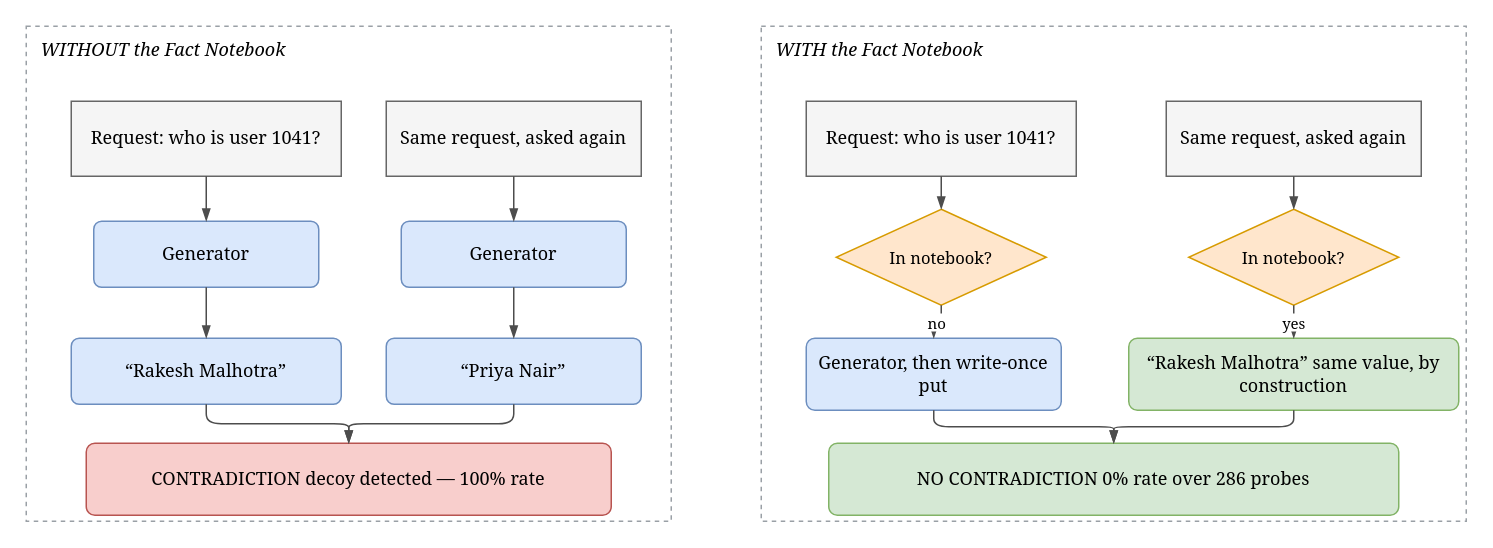
The draw.io diagram page "Fig 10 - Decoy consistency" (2 of 11) of writing/diagrams/drawio/ALL-diagrams.drawio in parthkansal823/FinalYearProject-Deception, before the edit. Source tidied: cells renumbered, new cells numbered last; positions are measured from the earlier drawing's top-left corner, leaving out a move shared by most shapes. Both pictures are drawn from the tidied source at 150%, with x=0, y=0 at pixel (26, 26).
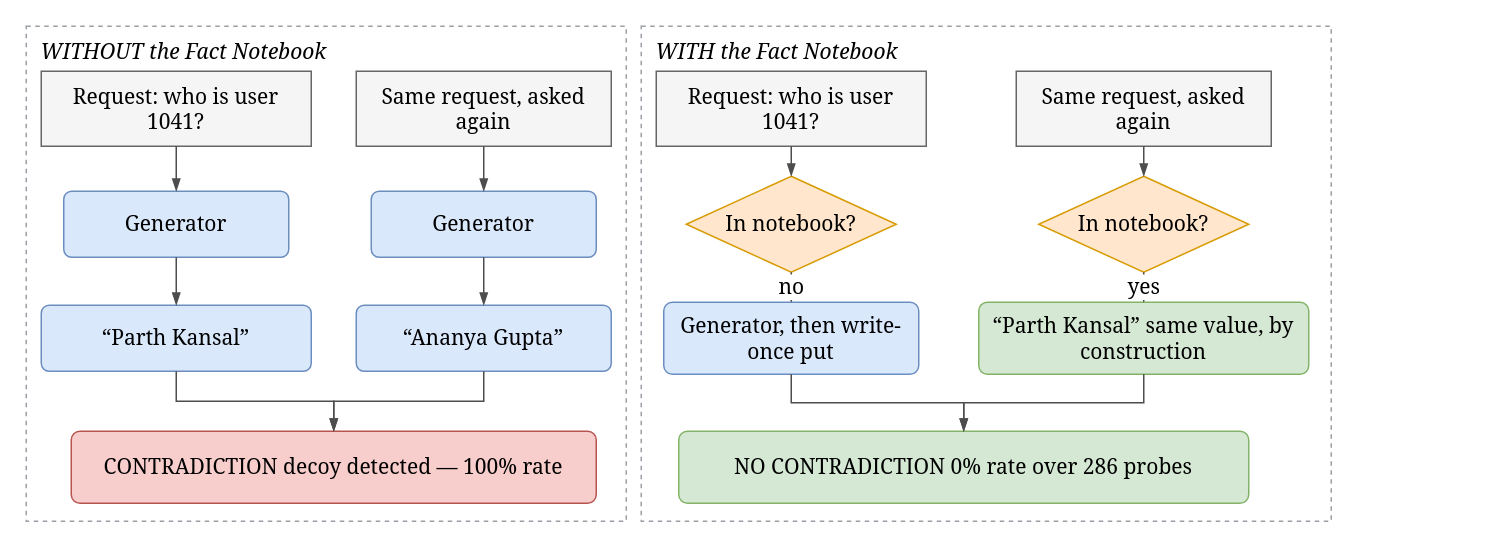
The same page after the edit.

Diff of the diagram source:
```diff
@@
-    <mxCell id="2" value="WITHOUT the Fact Notebook" style="rounded=0;whiteSpace=wrap;html=1;fontFamily=Georgia;fontSize=12;fillColor=none;strokeColor=#9aa0a6;dashed=1;verticalAlign=top;align=left;spacingLeft=8;spacingTop=2;fontStyle=2;" parent="1" vertex="1">
-      <mxGeometry width="430" height="330" as="geometry" />
+    <mxCell id="2" value="WITHOUT the Fact Notebook" style="rounded=0;whiteSpace=wrap;html=1;fontFamily=Georgia;fontSize=14;fillColor=none;strokeColor=#9aa0a6;dashed=1;verticalAlign=top;align=left;spacingLeft=8;spacingTop=2;fontStyle=2;" parent="1" vertex="1">
+      <mxGeometry width="400" height="330" as="geometry" />
     </mxCell>
-    <mxCell id="3" value="WITH the Fact Notebook" style="rounded=0;whiteSpace=wrap;html=1;fontFamily=Georgia;fontSize=12;fillColor=none;strokeColor=#9aa0a6;dashed=1;verticalAlign=top;align=left;spacingLeft=8;spacingTop=2;fontStyle=2;" parent="1" vertex="1">
-      <mxGeometry x="490" width="470" height="330" as="geometry" />
+    <mxCell id="3" value="WITH the Fact Notebook" style="rounded=0;whiteSpace=wrap;html=1;fontFamily=Georgia;fontSize=14;fillColor=none;strokeColor=#9aa0a6;dashed=1;verticalAlign=top;align=left;spacingLeft=8;spacingTop=2;fontStyle=2;" parent="1" vertex="1">
+      <mxGeometry x="410" width="460" height="330" as="geometry" />
     </mxCell>
-    <mxCell id="4" value="Request: who is user 1041?" style="rounded=0;whiteSpace=wrap;html=1;fontFamily=Georgia;fontSize=12;fillColor=#f5f5f5;strokeColor=#666666;" parent="1" vertex="1">
-      <mxGeometry x="30" y="50" width="180" height="50" as="geometry" />
+    <mxCell id="4" value="Request: who is user 1041?" style="rounded=0;whiteSpace=wrap;html=1;fontFamily=Georgia;fontSize=14;fillColor=#f5f5f5;strokeColor=#666666;" parent="1" vertex="1">
+      <mxGeometry x="10" y="30" width="180" height="50" as="geometry" />
     </mxCell>
-    <mxCell id="5" value="Generator" style="rounded=1;whiteSpace=wrap;html=1;fontFamily=Georgia;fontSize=12;arcSize=12;fillColor=#dae8fc;strokeColor=#6c8ebf;" parent="1" vertex="1">
-      <mxGeometry x="45" y="130" width="150" height="44" as="geometry" />
+    <mxCell id="5" value="Generator" style="rounded=1;whiteSpace=wrap;html=1;fontFamily=Georgia;fontSize=14;arcSize=12;fillColor=#dae8fc;strokeColor=#6c8ebf;" parent="1" vertex="1">
+      <mxGeometry x="25" y="110" width="150" height="44" as="geometry" />
     </mxCell>
-    <mxCell id="6" value="“Rakesh Malhotra”" style="rounded=1;whiteSpace=wrap;html=1;fontFamily=Georgia;fontSize=12;arcSize=12;fillColor=#dae8fc;strokeColor=#6c8ebf;" parent="1" vertex="1">
-      <mxGeometry x="30" y="208" width="180" height="44" as="geometry" />
+    <mxCell id="6" value="“Parth Kansal”" style="rounded=1;whiteSpace=wrap;html=1;fontFamily=Georgia;fontSize=14;arcSize=12;fillColor=#dae8fc;strokeColor=#6c8ebf;" parent="1" vertex="1">
+      <mxGeometry x="10" y="186" width="180" height="44" as="geometry" />
     </mxCell>
-    <mxCell id="7" value="Same request, asked again" style="rounded=0;whiteSpace=wrap;html=1;fontFamily=Georgia;fontSize=12;fillColor=#f5f5f5;strokeColor=#666666;" parent="1" vertex="1">
-      <mxGeometry x="240" y="50" width="170" height="50" as="geometry" />
+    <mxCell id="7" value="Same request, asked again" style="rounded=0;whiteSpace=wrap;html=1;fontFamily=Georgia;fontSize=14;fillColor=#f5f5f5;strokeColor=#666666;" parent="1" vertex="1">
+      <mxGeometry x="220" y="30" width="170" height="50" as="geometry" />
     </mxCell>
-    <mxCell id="8" value="Generator" style="rounded=1;whiteSpace=wrap;html=1;fontFamily=Georgia;fontSize=12;arcSize=12;fillColor=#dae8fc;strokeColor=#6c8ebf;" parent="1" vertex="1">
-      <mxGeometry x="250" y="130" width="150" height="44" as="geometry" />
+    <mxCell id="8" value="Generator" style="rounded=1;whiteSpace=wrap;html=1;fontFamily=Georgia;fontSize=14;arcSize=12;fillColor=#dae8fc;strokeColor=#6c8ebf;" parent="1" vertex="1">
+      <mxGeometry x="230" y="110" width="150" height="44" as="geometry" />
     </mxCell>
-    <mxCell id="9" value="“Priya Nair”" style="rounded=1;whiteSpace=wrap;html=1;fontFamily=Georgia;fontSize=12;arcSize=12;fillColor=#dae8fc;strokeColor=#6c8ebf;" parent="1" vertex="1">
-      <mxGeometry x="240" y="208" width="170" height="44" as="geometry" />
+    <mxCell id="9" value="“Ananya Gupta”" style="rounded=1;whiteSpace=wrap;html=1;fontFamily=Georgia;fontSize=14;arcSize=12;fillColor=#dae8fc;strokeColor=#6c8ebf;" parent="1" vertex="1">
+      <mxGeometry x="220" y="186" width="170" height="44" as="geometry" />
     </mxCell>
-    <mxCell id="10" value="CONTRADICTION decoy detected — 100% rate" style="rounded=1;whiteSpace=wrap;html=1;fontFamily=Georgia;fontSize=12;arcSize=12;fillColor=#f8cecc;strokeColor=#b85450;" parent="1" vertex="1">
-      <mxGeometry x="40" y="278" width="350" height="48" as="geometry" />
+    <mxCell id="10" value="CONTRADICTION decoy detected — 100% rate" style="rounded=1;whiteSpace=wrap;html=1;fontFamily=Georgia;fontSize=14;arcSize=12;fillColor=#f8cecc;strokeColor=#b85450;" parent="1" vertex="1">
+      <mxGeometry x="30" y="270" width="350" height="48" as="geometry" />
     </mxCell>
-    <mxCell id="11" value="Request: who is user 1041?" style="rounded=0;whiteSpace=wrap;html=1;fontFamily=Georgia;fontSize=12;fillColor=#f5f5f5;strokeColor=#666666;" parent="1" vertex="1">
-      <mxGeometry x="520" y="50" width="180" height="50" as="geometry" />
+    <mxCell id="11" value="Request: who is user 1041?" style="rounded=0;whiteSpace=wrap;html=1;fontFamily=Georgia;fontSize=14;fillColor=#f5f5f5;strokeColor=#666666;" parent="1" vertex="1">
+      <mxGeometry x="420" y="30" width="180" height="50" as="geometry" />
     </mxCell>
-    <mxCell id="12" value="In notebook?" style="rhombus;whiteSpace=wrap;html=1;fontFamily=Georgia;fontSize=11;fillColor=#ffe6cc;strokeColor=#d79b00;" parent="1" vertex="1">
-      <mxGeometry x="540" y="122" width="140" height="64" as="geometry" />
+    <mxCell id="12" value="In notebook?" style="rhombus;whiteSpace=wrap;html=1;fontFamily=Georgia;fontSize=14;fillColor=#ffe6cc;strokeColor=#d79b00;" parent="1" vertex="1">
+      <mxGeometry x="440" y="100" width="140" height="64" as="geometry" />
     </mxCell>
-    <mxCell id="13" value="Generator, then write-once put" style="rounded=1;whiteSpace=wrap;html=1;fontFamily=Georgia;fontSize=12;arcSize=12;fillColor=#dae8fc;strokeColor=#6c8ebf;" parent="1" vertex="1">
-      <mxGeometry x="520" y="208" width="170" height="48" as="geometry" />
+    <mxCell id="13" value="Generator, then write-once put" style="rounded=1;whiteSpace=wrap;html=1;fontFamily=Georgia;fontSize=14;arcSize=12;fillColor=#dae8fc;strokeColor=#6c8ebf;" parent="1" vertex="1">
+      <mxGeometry x="425" y="184" width="170" height="48" as="geometry" />
     </mxCell>
-    <mxCell id="14" value="Same request, asked again" style="rounded=0;whiteSpace=wrap;html=1;fontFamily=Georgia;fontSize=12;fillColor=#f5f5f5;strokeColor=#666666;" parent="1" vertex="1">
-      <mxGeometry x="760" y="50" width="170" height="50" as="geometry" />
+    <mxCell id="14" value="Same request, asked again" style="rounded=0;whiteSpace=wrap;html=1;fontFamily=Georgia;fontSize=14;fillColor=#f5f5f5;strokeColor=#666666;" parent="1" vertex="1">
+      <mxGeometry x="660" y="30" width="170" height="50" as="geometry" />
     </mxCell>
-    <mxCell id="15" value="In notebook?" style="rhombus;whiteSpace=wrap;html=1;fontFamily=Georgia;fontSize=11;fillColor=#ffe6cc;strokeColor=#d79b00;" parent="1" vertex="1">
-      <mxGeometry x="775" y="122" width="140" height="64" as="geometry" />
+    <mxCell id="15" value="In notebook?" style="rhombus;whiteSpace=wrap;html=1;fontFamily=Georgia;fontSize=14;fillColor=#ffe6cc;strokeColor=#d79b00;" parent="1" vertex="1">
+      <mxGeometry x="675" y="100" width="140" height="64" as="geometry" />
     </mxCell>
-    <mxCell id="16" value="“Rakesh Malhotra” same value, by construction" style="rounded=1;whiteSpace=wrap;html=1;fontFamily=Georgia;fontSize=12;arcSize=12;fillColor=#d5e8d4;strokeColor=#82b366;" parent="1" vertex="1">
-      <mxGeometry x="735" y="208" width="220" height="48" as="geometry" />
+    <mxCell id="16" value="“Parth Kansal” same value, by construction" style="rounded=1;whiteSpace=wrap;html=1;fontFamily=Georgia;fontSize=14;arcSize=12;fillColor=#d5e8d4;strokeColor=#82b366;" parent="1" vertex="1">
+      <mxGeometry x="635" y="184" width="220" height="48" as="geometry" />
     </mxCell>
-    <mxCell id="17" value="NO CONTRADICTION 0% rate over 286 probes" style="rounded=1;whiteSpace=wrap;html=1;fontFamily=Georgia;fontSize=12;arcSize=12;fillColor=#d5e8d4;strokeColor=#82b366;" parent="1" vertex="1">
-      <mxGeometry x="535" y="278" width="380" height="48" as="geometry" />
+    <mxCell id="17" value="NO CONTRADICTION 0% rate over 286 probes" style="rounded=1;whiteSpace=wrap;html=1;fontFamily=Georgia;fontSize=14;arcSize=12;fillColor=#d5e8d4;strokeColor=#82b366;" parent="1" vertex="1">
+      <mxGeometry x="435" y="270" width="380" height="48" as="geometry" />
     </mxCell>
-    <mxCell id="18" style="edgeStyle=orthogonalEdgeStyle;rounded=1;html=1;jumpStyle=arc;jumpSize=8;fontFamily=Georgia;fontSize=10;strokeColor=#4d4d4d;endArrow=blockThin;endFill=1;labelBackgroundColor=#ffffff;" parent="1" edge="1" source="4" target="5">
+    <mxCell id="18" style="edgeStyle=orthogonalEdgeStyle;rounded=1;html=1;jumpStyle=arc;jumpSize=8;fontFamily=Georgia;fontSize=14;strokeColor=#4d4d4d;endArrow=blockThin;endFill=1;labelBackgroundColor=#ffffff;" parent="1" edge="1" source="4" target="5">
       <mxGeometry relative="1" as="geometry" />
     </mxCell>
-    <mxCell id="19" style="edgeStyle=orthogonalEdgeStyle;rounded=1;html=1;jumpStyle=arc;jumpSize=8;fontFamily=Georgia;fontSize=10;strokeColor=#4d4d4d;endArrow=blockThin;endFill=1;labelBackgroundColor=#ffffff;" parent="1" edge="1" source="5" target="6">
+    <mxCell id="19" style="edgeStyle=orthogonalEdgeStyle;rounded=1;html=1;jumpStyle=arc;jumpSize=8;fontFamily=Georgia;fontSize=14;strokeColor=#4d4d4d;endArrow=blockThin;endFill=1;labelBackgroundColor=#ffffff;" parent="1" edge="1" source="5" target="6">
       <mxGeometry relative="1" as="geometry" />
     </mxCell>
-    <mxCell id="20" style="edgeStyle=orthogonalEdgeStyle;rounded=1;html=1;jumpStyle=arc;jumpSize=8;fontFamily=Georgia;fontSize=10;strokeColor=#4d4d4d;endArrow=blockThin;endFill=1;labelBackgroundColor=#ffffff;" parent="1" edge="1" source="6" target="10">
+    <mxCell id="20" style="edgeStyle=orthogonalEdgeStyle;rounded=0;html=1;jumpStyle=arc;jumpSize=8;fontFamily=Georgia;fontSize=14;strokeColor=#4d4d4d;endArrow=blockThin;endFill=1;labelBackgroundColor=#ffffff;curved=0;" parent="1" edge="1" source="6" target="10">
       <mxGeometry relative="1" as="geometry" />
     </mxCell>
-    <mxCell id="21" style="edgeStyle=orthogonalEdgeStyle;rounded=1;html=1;jumpStyle=arc;jumpSize=8;fontFamily=Georgia;fontSize=10;strokeColor=#4d4d4d;endArrow=blockThin;endFill=1;labelBackgroundColor=#ffffff;" parent="1" edge="1" source="7" target="8">
+    <mxCell id="21" style="edgeStyle=orthogonalEdgeStyle;rounded=1;html=1;jumpStyle=arc;jumpSize=8;fontFamily=Georgia;fontSize=14;strokeColor=#4d4d4d;endArrow=blockThin;endFill=1;labelBackgroundColor=#ffffff;" parent="1" edge="1" source="7" target="8">
       <mxGeometry relative="1" as="geometry" />
     </mxCell>
-    <mxCell id="22" style="edgeStyle=orthogonalEdgeStyle;rounded=1;html=1;jumpStyle=arc;jumpSize=8;fontFamily=Georgia;fontSize=10;strokeColor=#4d4d4d;endArrow=blockThin;endFill=1;labelBackgroundColor=#ffffff;" parent="1" edge="1" source="8" target="9">
+    <mxCell id="22" style="edgeStyle=orthogonalEdgeStyle;rounded=1;html=1;jumpStyle=arc;jumpSize=8;fontFamily=Georgia;fontSize=14;strokeColor=#4d4d4d;endArrow=blockThin;endFill=1;labelBackgroundColor=#ffffff;" parent="1" edge="1" source="8" target="9">
       <mxGeometry relative="1" as="geometry" />
     </mxCell>
-    <mxCell id="23" style="edgeStyle=orthogonalEdgeStyle;rounded=1;html=1;jumpStyle=arc;jumpSize=8;fontFamily=Georgia;fontSize=10;strokeColor=#4d4d4d;endArrow=blockThin;endFill=1;labelBackgroundColor=#ffffff;" parent="1" edge="1" source="9" target="10">
+    <mxCell id="23" style="edgeStyle=orthogonalEdgeStyle;rounded=0;html=1;jumpStyle=arc;jumpSize=8;fontFamily=Georgia;fontSize=14;strokeColor=#4d4d4d;endArrow=blockThin;endFill=1;labelBackgroundColor=#ffffff;curved=0;" parent="1" edge="1" source="9" target="10">
       <mxGeometry relative="1" as="geometry" />
     </mxCell>
-    <mxCell id="24" style="edgeStyle=orthogonalEdgeStyle;rounded=1;html=1;jumpStyle=arc;jumpSize=8;fontFamily=Georgia;fontSize=10;strokeColor=#4d4d4d;endArrow=blockThin;endFill=1;labelBackgroundColor=#ffffff;" parent="1" edge="1" source="11" target="12">
+    <mxCell id="24" style="edgeStyle=orthogonalEdgeStyle;rounded=1;html=1;jumpStyle=arc;jumpSize=8;fontFamily=Georgia;fontSize=14;strokeColor=#4d4d4d;endArrow=blockThin;endFill=1;labelBackgroundColor=#ffffff;" parent="1" edge="1" source="11" target="12">
       <mxGeometry relative="1" as="geometry" />
     </mxCell>
-    <mxCell id="25" value="no" style="edgeStyle=orthogonalEdgeStyle;rounded=1;html=1;jumpStyle=arc;jumpSize=8;fontFamily=Georgia;fontSize=10;strokeColor=#4d4d4d;endArrow=blockThin;endFill=1;labelBackgroundColor=#ffffff;" parent="1" edge="1" source="12" target="13">
+    <mxCell id="25" value="no" style="edgeStyle=orthogonalEdgeStyle;rounded=1;html=1;jumpStyle=arc;jumpSize=8;fontFamily=Georgia;fontSize=14;strokeColor=#4d4d4d;endArrow=blockThin;endFill=1;labelBackgroundColor=#ffffff;" parent="1" edge="1" source="12" target="13">
       <mxGeometry relative="1" as="geometry" />
     </mxCell>
-    <mxCell id="26" style="edgeStyle=orthogonalEdgeStyle;rounded=1;html=1;jumpStyle=arc;jumpSize=8;fontFamily=Georgia;fontSize=10;strokeColor=#4d4d4d;endArrow=blockThin;endFill=1;labelBackgroundColor=#ffffff;" parent="1" edge="1" source="13" target="17">
+    <mxCell id="26" style="edgeStyle=orthogonalEdgeStyle;rounded=0;html=1;jumpStyle=arc;jumpSize=8;fontFamily=Georgia;fontSize=14;strokeColor=#4d4d4d;endArrow=blockThin;endFill=1;labelBackgroundColor=#ffffff;curved=0;" parent="1" edge="1" source="13" target="17">
       <mxGeometry relative="1" as="geometry" />
     </mxCell>
-    <mxCell id="27" style="edgeStyle=orthogonalEdgeStyle;rounded=1;html=1;jumpStyle=arc;jumpSize=8;fontFamily=Georgia;fontSize=10;strokeColor=#4d4d4d;endArrow=blockThin;endFill=1;labelBackgroundColor=#ffffff;" parent="1" edge="1" source="14" target="15">
+    <mxCell id="27" style="edgeStyle=orthogonalEdgeStyle;rounded=1;html=1;jumpStyle=arc;jumpSize=8;fontFamily=Georgia;fontSize=14;strokeColor=#4d4d4d;endArrow=blockThin;endFill=1;labelBackgroundColor=#ffffff;" parent="1" edge="1" source="14" target="15">
       <mxGeometry relative="1" as="geometry" />
     </mxCell>
-    <mxCell id="28" value="yes" style="edgeStyle=orthogonalEdgeStyle;rounded=1;html=1;jumpStyle=arc;jumpSize=8;fontFamily=Georgia;fontSize=10;strokeColor=#4d4d4d;endArrow=blockThin;endFill=1;labelBackgroundColor=#ffffff;" parent="1" edge="1" source="15" target="16">
+    <mxCell id="28" value="yes" style="edgeStyle=orthogonalEdgeStyle;rounded=1;html=1;jumpStyle=arc;jumpSize=8;fontFamily=Georgia;fontSize=14;strokeColor=#4d4d4d;endArrow=blockThin;endFill=1;labelBackgroundColor=#ffffff;" parent="1" edge="1" source="15" target="16">
       <mxGeometry relative="1" as="geometry" />
     </mxCell>
-    <mxCell id="29" style="edgeStyle=orthogonalEdgeStyle;rounded=1;html=1;jumpStyle=arc;jumpSize=8;fontFamily=Georgia;fontSize=10;strokeColor=#4d4d4d;endArrow=blockThin;endFill=1;labelBackgroundColor=#ffffff;" parent="1" edge="1" source="16" target="17">
+    <mxCell id="29" style="edgeStyle=orthogonalEdgeStyle;rounded=0;html=1;jumpStyle=arc;jumpSize=8;fontFamily=Georgia;fontSize=14;strokeColor=#4d4d4d;endArrow=blockThin;endFill=1;labelBackgroundColor=#ffffff;curved=0;" parent="1" edge="1" source="16" target="17">
       <mxGeometry relative="1" as="geometry" />
     </mxCell>
```
